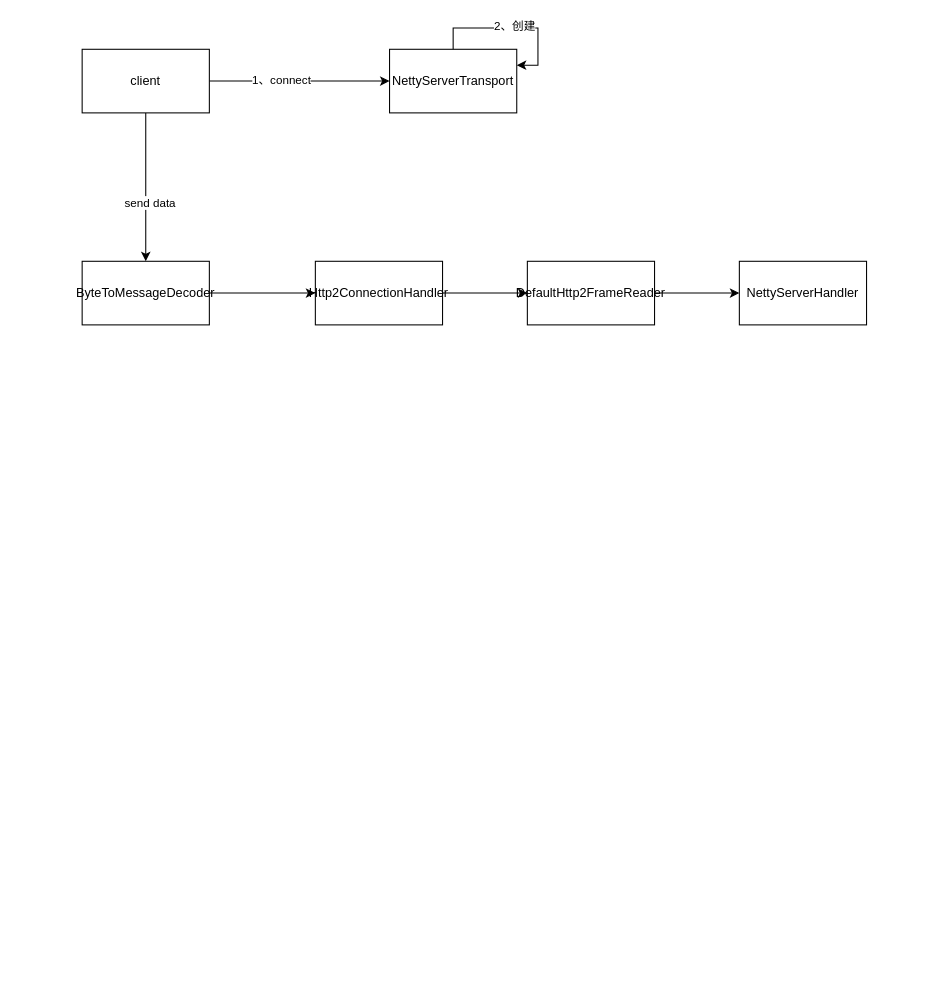
This is grpcLearninng.drawio from xiaomingcong/grpcLearning, a draw.io file, before an edit. Source tidied: cells renumbered, new cells numbered last; positions are measured from the earlier drawing's top-left corner, leaving out a move shared by most shapes. Both pictures are drawn from the tidied source at 106%, with x=0, y=0 at pixel (82, 49).
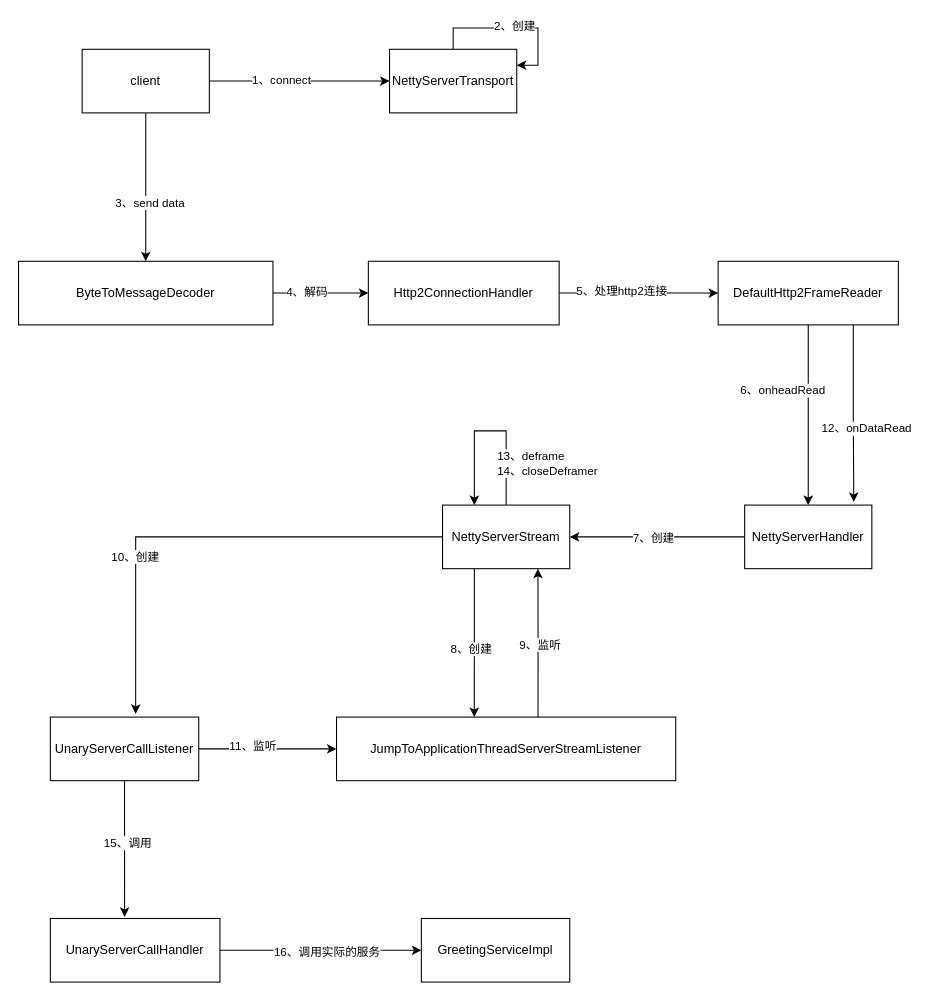
After the change.

Unchanged cells that the change refers to:
```xml
<mxCell id="4" style="edgeStyle=orthogonalEdgeStyle;rounded=0;jettySize=auto;html=1;entryX=0.5;entryY=0;entryDx=0;entryDy=0;" parent="1" edge="1" source="6" target="11">
  <mxGeometry relative="1" as="geometry" />
</mxCell>
<mxCell id="10" style="edgeStyle=orthogonalEdgeStyle;rounded=0;jettySize=auto;html=1;" parent="1" edge="1" source="11" target="13">
  <mxGeometry relative="1" as="geometry" />
</mxCell>
<mxCell id="12" style="edgeStyle=orthogonalEdgeStyle;rounded=0;jettySize=auto;html=1;entryX=0;entryY=0.5;entryDx=0;entryDy=0;" parent="1" edge="1" source="13" target="15">
  <mxGeometry relative="1" as="geometry" />
</mxCell>
```

What changed in the source:
```diff
@@
-    <mxCell id="5" value="send data" style="edgeLabel;html=1;align=center;verticalAlign=middle;" parent="4" vertex="1">
+    <mxCell id="5" value="3、send data" style="edgeLabel;html=1;align=center;verticalAlign=middle;" parent="4" vertex="1">
       <mxGeometry x="0.2" y="3" relative="1" as="geometry" />
     </mxCell>
@@
+    <mxCell id="17" value="4、解码" style="edgeLabel;html=1;align=center;verticalAlign=middle;" parent="10" vertex="1">
+      <mxGeometry x="-0.32" y="2" relative="1" as="geometry" />
+    </mxCell>
     <mxCell id="11" value="ByteToMessageDecoder" style="whiteSpace=wrap;html=1;" parent="1" vertex="1">
-      <mxGeometry y="200" width="120" height="60" as="geometry" />
+      <mxGeometry x="-60" y="200" width="240" height="60" as="geometry" />
     </mxCell>
@@
+    <mxCell id="18" value="5、处理http2连接" style="edgeLabel;html=1;align=center;verticalAlign=middle;" parent="12" vertex="1">
+      <mxGeometry x="-0.23" y="3" relative="1" as="geometry" />
+    </mxCell>
     <mxCell id="13" value="Http2ConnectionHandler" style="whiteSpace=wrap;html=1;" parent="1" vertex="1">
-      <mxGeometry x="220" y="200" width="120" height="60" as="geometry" />
+      <mxGeometry x="270" y="200" width="180" height="60" as="geometry" />
     </mxCell>
-    <mxCell id="14" style="edgeStyle=orthogonalEdgeStyle;rounded=0;jettySize=auto;html=1;entryX=0;entryY=0.5;entryDx=0;entryDy=0;" parent="1" edge="1" source="15" target="16">
+    <mxCell id="14" style="edgeStyle=orthogonalEdgeStyle;rounded=0;jettySize=auto;html=1;entryX=0.5;entryY=0;entryDx=0;entryDy=0;" parent="1" edge="1" source="15" target="16">
       <mxGeometry relative="1" as="geometry" />
     </mxCell>
+    <mxCell id="19" value="6、onheadRead" style="edgeLabel;html=1;align=center;verticalAlign=middle;" parent="14" vertex="1">
+      <mxGeometry x="-0.28" y="4" relative="1" as="geometry">
+        <mxPoint x="-29" as="offset" />
+      </mxGeometry>
+    </mxCell>
+    <mxCell id="20" style="edgeStyle=orthogonalEdgeStyle;rounded=0;jettySize=auto;html=1;exitX=0.75;exitY=1;exitDx=0;exitDy=0;entryX=0.858;entryY=-0.05;entryDx=0;entryDy=0;entryPerimeter=0;" parent="1" edge="1" source="15" target="16">
+      <mxGeometry relative="1" as="geometry" />
+    </mxCell>
+    <mxCell id="21" value="12、onDataRead" style="edgeLabel;html=1;align=center;verticalAlign=middle;" parent="20" vertex="1">
+      <mxGeometry x="0.17" relative="1" as="geometry">
+        <mxPoint x="12" as="offset" />
+      </mxGeometry>
+    </mxCell>
     <mxCell id="15" value="DefaultHttp2FrameReader" style="whiteSpace=wrap;html=1;" parent="1" vertex="1">
-      <mxGeometry x="420" y="200" width="120" height="60" as="geometry" />
+      <mxGeometry x="600" y="200" width="170" height="60" as="geometry" />
     </mxCell>
+    <mxCell id="22" style="edgeStyle=orthogonalEdgeStyle;rounded=0;jettySize=auto;html=1;entryX=1;entryY=0.5;entryDx=0;entryDy=0;" parent="1" edge="1" source="16" target="30">
+      <mxGeometry relative="1" as="geometry" />
+    </mxCell>
+    <mxCell id="23" value="7、创建" style="edgeLabel;html=1;align=center;verticalAlign=middle;" parent="22" vertex="1">
+      <mxGeometry x="0.05" relative="1" as="geometry" />
+    </mxCell>
     <mxCell id="16" value="NettyServerHandler" style="whiteSpace=wrap;html=1;" parent="1" vertex="1">
-      <mxGeometry x="620" y="200" width="120" height="60" as="geometry" />
+      <mxGeometry x="625" y="430" width="120" height="60" as="geometry" />
     </mxCell>
+    <mxCell id="24" style="edgeStyle=orthogonalEdgeStyle;rounded=0;jettySize=auto;html=1;entryX=0.406;entryY=0;entryDx=0;entryDy=0;entryPerimeter=0;exitX=0.25;exitY=1;exitDx=0;exitDy=0;" parent="1" edge="1" source="30" target="33">
+      <mxGeometry relative="1" as="geometry" />
+    </mxCell>
+    <mxCell id="25" value="8、创建" style="edgeLabel;html=1;align=center;verticalAlign=middle;" parent="24" vertex="1">
+      <mxGeometry x="0.09" y="-3" relative="1" as="geometry" />
+    </mxCell>
+    <mxCell id="26" style="edgeStyle=orthogonalEdgeStyle;rounded=0;jettySize=auto;html=1;entryX=0.575;entryY=-0.05;entryDx=0;entryDy=0;entryPerimeter=0;" parent="1" edge="1" source="30" target="40">
+      <mxGeometry relative="1" as="geometry" />
+    </mxCell>
+    <mxCell id="27" value="10、创建" style="edgeLabel;html=1;align=center;verticalAlign=middle;" parent="26" vertex="1">
+      <mxGeometry x="0.35" y="-1" relative="1" as="geometry" />
+    </mxCell>
+    <mxCell id="28" style="edgeStyle=orthogonalEdgeStyle;rounded=0;orthogonalLoop=1;jettySize=auto;html=1;entryX=0.25;entryY=0;entryDx=0;entryDy=0;" parent="1" edge="1" source="30" target="30">
+      <mxGeometry relative="1" as="geometry">
+        <Array as="points">
+          <mxPoint x="400" y="360" />
+          <mxPoint x="370" y="360" />
+        </Array>
+      </mxGeometry>
+    </mxCell>
+    <mxCell id="29" value="13、deframe&lt;br&gt;14、closeDeframer" style="edgeLabel;html=1;align=left;verticalAlign=middle;" parent="28" vertex="1">
+      <mxGeometry x="-0.02" y="3" relative="1" as="geometry">
+        <mxPoint x="3" y="27" as="offset" />
+      </mxGeometry>
+    </mxCell>
+    <mxCell id="30" value="&lt;div style=&quot;text-align: start;&quot;&gt;NettyServerStream&lt;/div&gt;" style="whiteSpace=wrap;html=1;" parent="1" vertex="1">
+      <mxGeometry x="340" y="430" width="120" height="60" as="geometry" />
+    </mxCell>
+    <mxCell id="31" style="edgeStyle=orthogonalEdgeStyle;rounded=0;jettySize=auto;html=1;entryX=0.75;entryY=1;entryDx=0;entryDy=0;exitX=0.594;exitY=0.017;exitDx=0;exitDy=0;exitPerimeter=0;" parent="1" edge="1" source="33" target="30">
+      <mxGeometry relative="1" as="geometry" />
+    </mxCell>
+    <mxCell id="32" value="9、监听" style="edgeLabel;html=1;align=center;verticalAlign=middle;" parent="31" vertex="1">
+      <mxGeometry x="-0.33" y="-1" relative="1" as="geometry">
+        <mxPoint y="-23" as="offset" />
+      </mxGeometry>
+    </mxCell>
+    <mxCell id="33" value="JumpToApplicationThreadServerStreamListener" style="whiteSpace=wrap;html=1;" parent="1" vertex="1">
+      <mxGeometry x="240" y="630" width="320" height="60" as="geometry" />
+    </mxCell>
+    <mxCell id="34" style="edgeStyle=orthogonalEdgeStyle;rounded=0;jettySize=auto;html=1;entryX=0;entryY=0.5;entryDx=0;entryDy=0;" parent="1" edge="1" source="40" target="33">
+      <mxGeometry relative="1" as="geometry" />
+    </mxCell>
+    <mxCell id="35" value="11、监听" style="edgeLabel;html=1;align=center;verticalAlign=middle;" parent="34" vertex="1">
+      <mxGeometry x="-0.23" y="3" relative="1" as="geometry" />
+    </mxCell>
+    <mxCell id="36" style="edgeStyle=orthogonalEdgeStyle;rounded=0;jettySize=auto;html=1;entryX=0;entryY=0.5;entryDx=0;entryDy=0;exitX=1;exitY=0.5;exitDx=0;exitDy=0;" parent="1" edge="1" source="42" target="41">
+      <mxGeometry relative="1" as="geometry" />
+    </mxCell>
+    <mxCell id="37" value="16、调用实际的服务" style="edgeLabel;html=1;align=center;verticalAlign=middle;" parent="36" vertex="1">
+      <mxGeometry x="0.05" relative="1" as="geometry">
+        <mxPoint y="1" as="offset" />
+      </mxGeometry>
+    </mxCell>
+    <mxCell id="38" style="edgeStyle=orthogonalEdgeStyle;rounded=0;jettySize=auto;html=1;entryX=0.438;entryY=-0.025;entryDx=0;entryDy=0;entryPerimeter=0;" parent="1" edge="1" source="40" target="42">
+      <mxGeometry relative="1" as="geometry" />
+    </mxCell>
+    <mxCell id="39" value="15、调用" style="edgeLabel;html=1;align=center;verticalAlign=middle;" parent="38" vertex="1">
+      <mxGeometry x="-0.11" y="2" relative="1" as="geometry">
+        <mxPoint y="1" as="offset" />
+      </mxGeometry>
+    </mxCell>
+    <mxCell id="40" value="UnaryServerCallListener" style="whiteSpace=wrap;html=1;" parent="1" vertex="1">
+      <mxGeometry x="-30" y="630" width="140" height="60" as="geometry" />
+    </mxCell>
+    <mxCell id="41" value="GreetingServiceImpl" style="whiteSpace=wrap;html=1;" parent="1" vertex="1">
+      <mxGeometry x="320" y="820" width="140" height="60" as="geometry" />
+    </mxCell>
+    <mxCell id="42" value="UnaryServerCallHandler" style="whiteSpace=wrap;html=1;" parent="1" vertex="1">
+      <mxGeometry x="-30" y="820" width="160" height="60" as="geometry" />
+    </mxCell>
```
